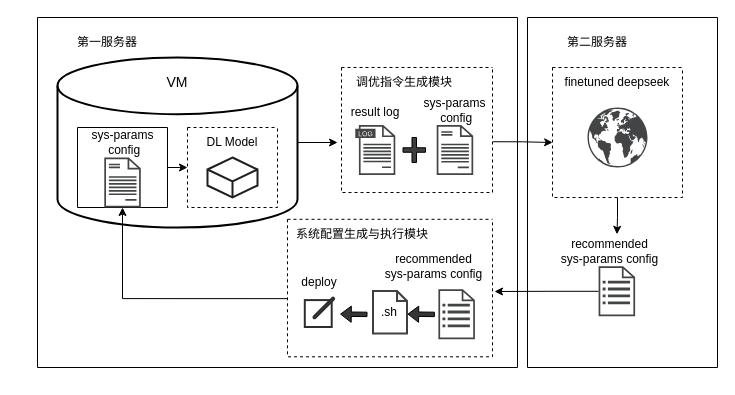
Above: page "第 2 页" (2 of 7) of Agent-1.drawio in Dong-J93/_pictures (draw.io), before the change. Source tidied: cells renumbered, new cells numbered last; positions are measured from the earlier drawing's top-left corner, leaving out a move shared by most shapes. Both pictures are drawn from the tidied source at 100%, with x=0, y=0 at pixel (37, 17).
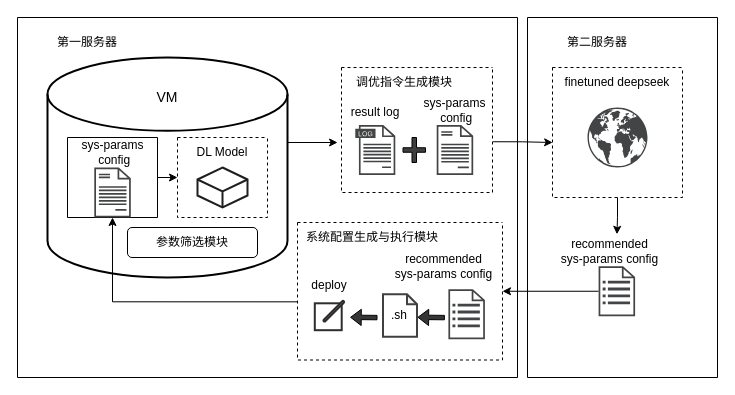
The same page after the edit.

The change refers to these unchanged cells:
```xml
<mxCell id="8" style="sketch=0;shadow=0;dashed=0;html=1;strokeColor=none;fillColor=#434445;labelPosition=center;verticalLabelPosition=bottom;verticalAlign=top;align=center;outlineConnect=0;shape=mxgraph.vvd.document;" parent="6" vertex="1">
  <mxGeometry x="26.8" y="30" width="36.5" height="50" as="geometry" />
</mxCell>
<mxCell id="17" style="swimlane;startSize=0;dashed=1;" parent="1" vertex="1">
  <mxGeometry x="304" y="50" width="151" height="125" as="geometry" />
</mxCell>
<mxCell id="25" style="sketch=0;shadow=0;dashed=0;html=1;strokeColor=none;fillColor=#434445;labelPosition=center;verticalLabelPosition=bottom;verticalAlign=top;align=center;outlineConnect=0;shape=mxgraph.vvd.recovery_plan;" parent="1" vertex="1">
  <mxGeometry x="561.1" y="248.8" width="36.5" height="50" as="geometry" />
</mxCell>
```

Diff of the diagram source:
```diff
@@
     <mxCell id="2" style="edgeStyle=orthogonalEdgeStyle;rounded=0;jettySize=auto;html=1;exitX=1;exitY=0.5;exitDx=0;exitDy=0;exitPerimeter=0;entryX=-0.026;entryY=0.6;entryDx=0;entryDy=0;entryPerimeter=0;" parent="1" edge="1" source="3" target="17">
-      <mxGeometry relative="1" as="geometry" />
+      <mxGeometry relative="1" as="geometry">
+        <Array as="points">
+          <mxPoint x="250" y="125" />
+        </Array>
+      </mxGeometry>
     </mxCell>
     <mxCell id="3" style="strokeWidth=2;html=1;shape=mxgraph.flowchart.database;whiteSpace=wrap;" parent="1" vertex="1">
-      <mxGeometry x="20" y="40" width="240" height="170" as="geometry" />
+      <mxGeometry x="10" y="40" width="240" height="220" as="geometry" />
     </mxCell>
-    <mxCell id="4" value="&lt;span style=&quot;font-size: 14px;&quot;&gt;VM&lt;/span&gt;" style="text;html=1;align=center;verticalAlign=middle;whiteSpace=wrap;rounded=0;" parent="1" vertex="1">
-      <mxGeometry x="100" y="50" width="80" height="30" as="geometry" />
-    </mxCell>
@@
     <mxCell id="6" style="swimlane;startSize=0;" parent="1" vertex="1">
-      <mxGeometry x="40" y="110" width="90" height="80" as="geometry" />
+      <mxGeometry x="30" y="120" width="90" height="80" as="geometry" />
     </mxCell>
@@
     <mxCell id="9" style="swimlane;startSize=0;dashed=1;" parent="1" vertex="1">
-      <mxGeometry x="150" y="110" width="90" height="80" as="geometry" />
+      <mxGeometry x="140" y="120" width="90" height="80" as="geometry" />
     </mxCell>
@@
-    <mxCell id="24" style="edgeStyle=orthogonalEdgeStyle;rounded=0;jettySize=auto;html=1;" parent="1" edge="1" source="25">
-      <mxGeometry relative="1" as="geometry">
-        <mxPoint x="457" y="274" as="targetPoint" />
-      </mxGeometry>
+    <mxCell id="24" style="edgeStyle=orthogonalEdgeStyle;rounded=0;jettySize=auto;html=1;entryX=1;entryY=0.5;entryDx=0;entryDy=0;" parent="1" edge="1" source="25" target="32">
+      <mxGeometry relative="1" as="geometry" />
     </mxCell>
@@
     <mxCell id="27" style="edgeStyle=orthogonalEdgeStyle;rounded=0;jettySize=auto;html=1;exitX=0;exitY=0.577;exitDx=0;exitDy=0;exitPerimeter=0;" parent="1" edge="1" source="32" target="8">
       <mxGeometry relative="1" as="geometry">
         <Array as="points">
-          <mxPoint x="85" y="281" />
+          <mxPoint x="75" y="284" />
         </Array>
       </mxGeometry>
     </mxCell>
     <mxCell id="28" style="swimlane;startSize=0;" parent="1" vertex="1">
-      <mxGeometry width="480" height="350" as="geometry" />
+      <mxGeometry x="-20" width="500" height="360" as="geometry" />
     </mxCell>
@@
     <mxCell id="30" style="sketch=0;shadow=0;dashed=0;html=1;strokeColor=none;fillColor=#434445;labelPosition=center;verticalLabelPosition=bottom;verticalAlign=top;align=center;shape=mxgraph.vvd.recovery_plan;" parent="28" vertex="1">
-      <mxGeometry x="400.9" y="271.8" width="36.5" height="50" as="geometry" />
+      <mxGeometry x="430.9" y="271.8" width="36.5" height="50" as="geometry" />
     </mxCell>
     <mxCell id="31" value="recommended&lt;div&gt;sys-params config&lt;/div&gt;" style="text;html=1;align=center;verticalAlign=middle;whiteSpace=wrap;rounded=0;" parent="28" vertex="1">
-      <mxGeometry x="338.2" y="234.2" width="116.8" height="30" as="geometry" />
+      <mxGeometry x="368.2" y="234.2" width="116.8" height="30" as="geometry" />
     </mxCell>
     <mxCell id="32" style="swimlane;startSize=0;dashed=1;" parent="28" vertex="1">
-      <mxGeometry x="250" y="201.8" width="205" height="137.5" as="geometry" />
+      <mxGeometry x="280" y="205" width="205" height="137.5" as="geometry" />
     </mxCell>
@@
+    <mxCell id="42" value="参数筛选模块" style="rounded=1;whiteSpace=wrap;html=1;" parent="28" vertex="1">
+      <mxGeometry x="110" y="210" width="130" height="30" as="geometry" />
+    </mxCell>
+    <mxCell id="4" value="&lt;span style=&quot;font-size: 14px;&quot;&gt;VM&lt;/span&gt;" style="text;html=1;align=center;verticalAlign=middle;whiteSpace=wrap;rounded=0;" parent="28" vertex="1">
+      <mxGeometry x="100" y="60" width="100" height="40" as="geometry" />
+    </mxCell>
     <mxCell id="40" style="swimlane;startSize=0;" parent="1" vertex="1">
-      <mxGeometry x="490" width="190" height="350" as="geometry" />
+      <mxGeometry x="490" width="190" height="360" as="geometry" />
     </mxCell>
```
